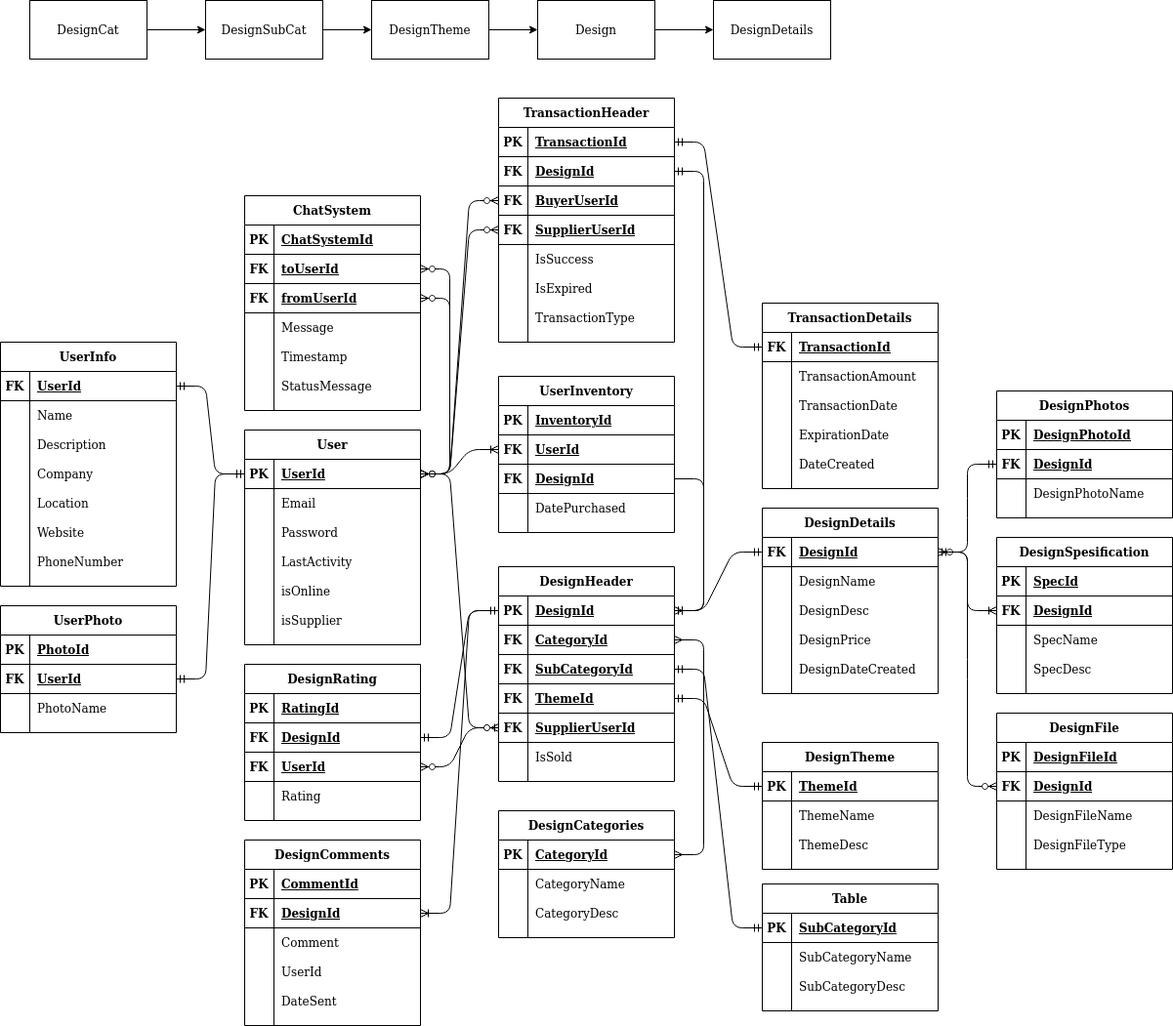
This is belidesain-db/cari_desain.png from felixfilipi/belidesain.com, a draw.io export, as it was before one commit. Source tidied: cells renumbered, new cells last; positions are measured from the earlier drawing's top-left corner, leaving out a move shared by most shapes.
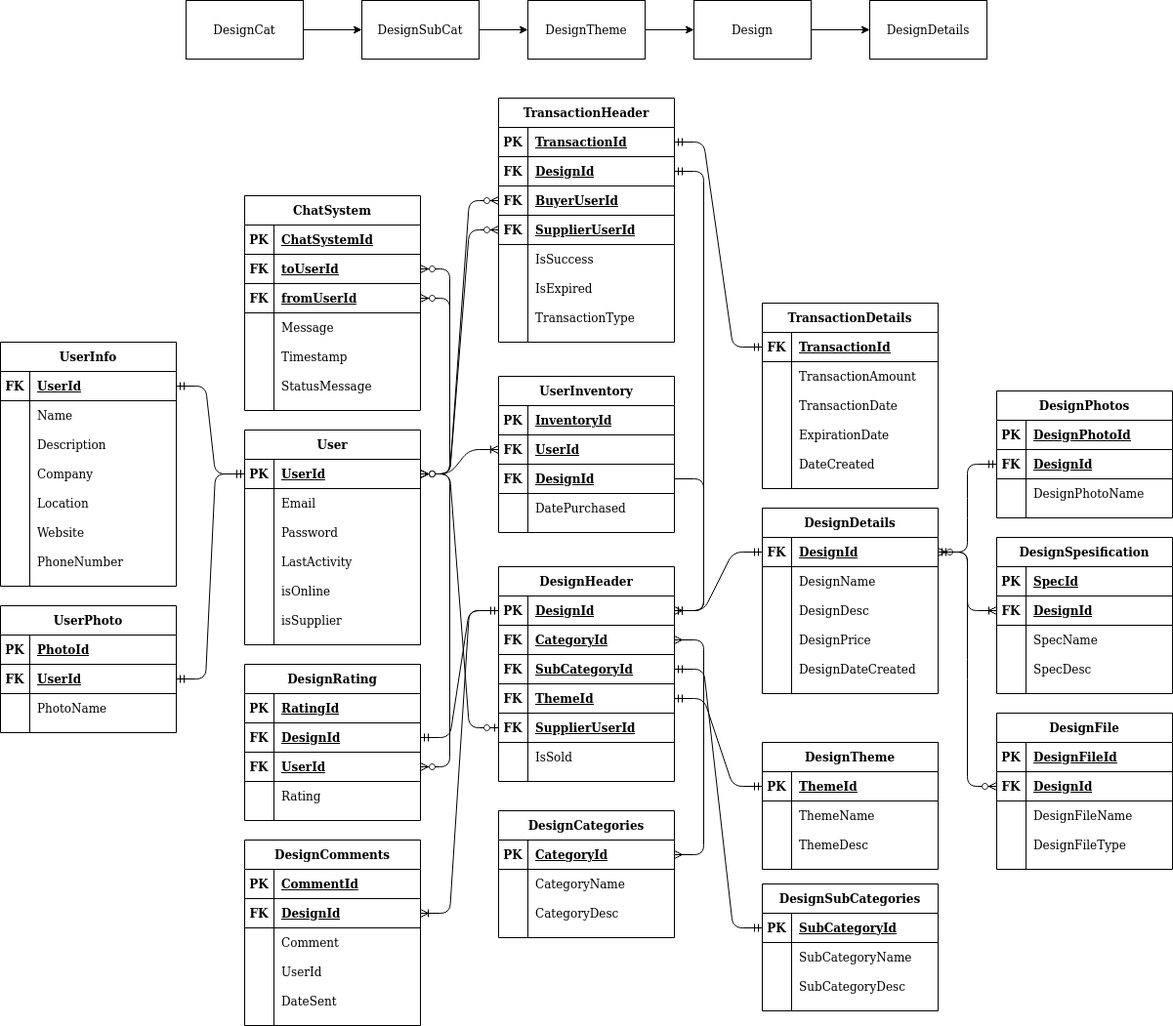
The same diagram one commit later.

What changed in the source:
```diff
@@ -506,9 +506,6 @@
     <mxCell id="169" style="edgeStyle=entityRelationEdgeStyle;fontSize=12;html=1;endArrow=ERmandOne;startArrow=ERmandOne;" parent="1" edge="1" source="126" target="148">
       <mxGeometry relative="1" as="geometry" />
     </mxCell>
-    <mxCell id="170" style="edgeStyle=entityRelationEdgeStyle;fontSize=12;html=1;endArrow=ERzeroToMany;endFill=1;startArrow=ERzeroToMany;" parent="1" edge="1" source="162" target="100">
-      <mxGeometry relative="1" as="geometry" />
-    </mxCell>
     <mxCell id="171" value="ChatSystem" style="shape=table;startSize=30;rowLines=0;fontStyle=1;align=center;" parent="1" vertex="1">
       <mxGeometry x="250" y="200" width="180" height="220" as="geometry" />
     </mxCell>
@@ -606,13 +603,13 @@
       <mxGeometry relative="1" as="geometry" />
     </mxCell>
     <mxCell id="203" value="DesignCat" style="rounded=0;whiteSpace=wrap;html=1;" parent="1" vertex="1">
-      <mxGeometry x="30" width="120" height="60" as="geometry" />
+      <mxGeometry x="190" width="120" height="60" as="geometry" />
     </mxCell>
     <mxCell id="204" value="&lt;div&gt;DesignTheme&lt;/div&gt;" style="rounded=0;whiteSpace=wrap;html=1;" parent="1" vertex="1">
-      <mxGeometry x="380" width="120" height="60" as="geometry" />
+      <mxGeometry x="540" width="120" height="60" as="geometry" />
     </mxCell>
     <mxCell id="205" value="Design" style="rounded=0;whiteSpace=wrap;html=1;" parent="1" vertex="1">
-      <mxGeometry x="550" width="120" height="60" as="geometry" />
+      <mxGeometry x="710" width="120" height="60" as="geometry" />
     </mxCell>
     <mxCell id="206" style="endArrow=classic;html=1;" parent="1" edge="1" source="204" target="205">
       <mxGeometry relative="1" as="geometry" />
@@ -621,7 +618,7 @@
       <mxGeometry relative="1" as="geometry" />
     </mxCell>
     <mxCell id="208" value="DesignDetails" style="rounded=0;whiteSpace=wrap;html=1;" parent="1" vertex="1">
-      <mxGeometry x="730" width="120" height="60" as="geometry" />
+      <mxGeometry x="890" width="120" height="60" as="geometry" />
     </mxCell>
     <mxCell id="209" style="edgeStyle=entityRelationEdgeStyle;fontSize=12;html=1;endArrow=ERmandOne;startArrow=ERmandOne;" parent="1" edge="1" source="97" target="193">
       <mxGeometry relative="1" as="geometry" />
@@ -764,7 +761,7 @@
     <mxCell id="255" style="edgeStyle=entityRelationEdgeStyle;fontSize=12;html=1;endArrow=ERzeroToMany;endFill=1;startArrow=ERzeroToMany;" parent="1" edge="1" source="126" target="244">
       <mxGeometry relative="1" as="geometry" />
     </mxCell>
-    <mxCell id="256" value="Table" style="shape=table;startSize=30;rowLines=0;fontStyle=1;align=center;" parent="1" vertex="1">
+    <mxCell id="256" value="DesignSubCategories" style="shape=table;startSize=30;rowLines=0;fontStyle=1;align=center;" parent="1" vertex="1">
       <mxGeometry x="780" y="905" width="180" height="130" as="geometry" />
     </mxCell>
     <mxCell id="257" style="shape=partialRectangle;fillColor=none;top=0;left=0;bottom=1;right=0;points=[[0,0.5],[1,0.5]];portConstraint=eastwest;" parent="256" vertex="1">
@@ -843,7 +840,10 @@
       <mxGeometry relative="1" as="geometry" />
     </mxCell>
     <mxCell id="282" value="DesignSubCat" style="rounded=0;whiteSpace=wrap;html=1;" parent="1" vertex="1">
-      <mxGeometry x="210" width="120" height="60" as="geometry" />
+      <mxGeometry x="370" width="120" height="60" as="geometry" />
     </mxCell>
+    <mxCell id="283" style="edgeStyle=entityRelationEdgeStyle;fontSize=12;html=1;endArrow=ERzeroToMany;endFill=1;startArrow=ERzeroToMany;" parent="1" edge="1" source="162" target="3">
+      <mxGeometry relative="1" as="geometry" />
+    </mxCell>
   </root>
 </mxGraphModel>
```
